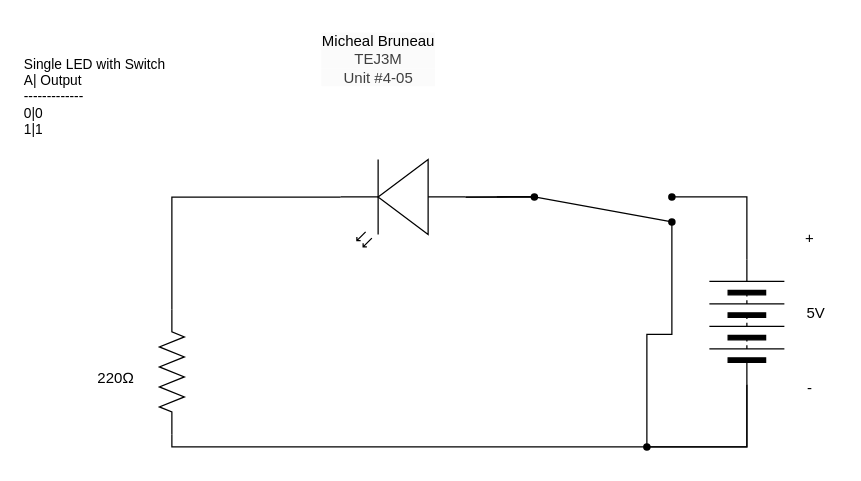
Above: TEJ3M 4-05/schematic diagram.drawio in michael-bruneau/TEJ3M-Unit-4 (draw.io), before the change. Source tidied: cells renumbered, new cells numbered last; positions are measured from the earlier drawing's top-left corner, leaving out a move shared by most shapes. Both pictures are drawn from the tidied source at 125%, with x=0, y=0 at pixel (21, 21).
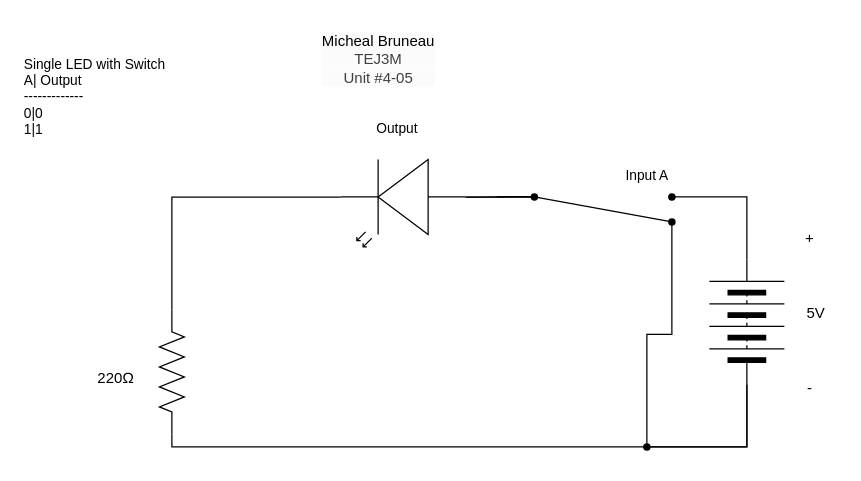
After the change.

Diff of the diagram source:
```diff
@@
+    <mxCell id="24" value="Input A" style="text;html=1;align=center;verticalAlign=middle;strokeColor=none;fillColor=none;fontFamily=Helvetica;fontSize=11;fontColor=default;labelBackgroundColor=default;" parent="1" vertex="1">
+      <mxGeometry x="470" y="108" width="60" height="30" as="geometry" />
+    </mxCell>
+    <mxCell id="25" value="Output" style="text;html=1;align=center;verticalAlign=middle;strokeColor=none;fillColor=none;fontFamily=Helvetica;fontSize=11;fontColor=default;labelBackgroundColor=default;" parent="1" vertex="1">
+      <mxGeometry x="270" y="70" width="60" height="30" as="geometry" />
+    </mxCell>
```
